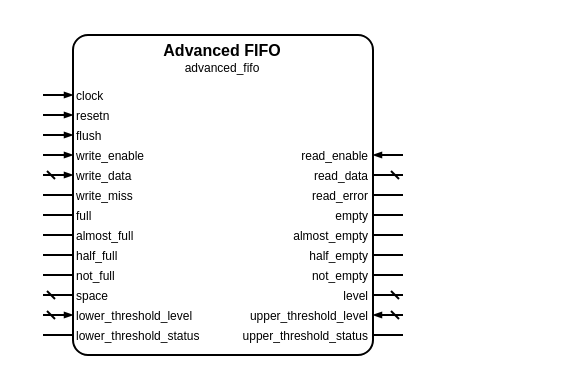
This is sources/data/access_enable/advanced_fifo/advanced_fifo.symbol.drawio from Louis-DR/OmniCores-BuildingBlocks, a draw.io file, before an edit. Source tidied: cells renumbered, new cells numbered last; positions are measured from the earlier drawing's top-left corner, leaving out a move shared by most shapes. Both pictures are drawn from the tidied source at 200%, with x=0, y=0 at pixel (42, 34).
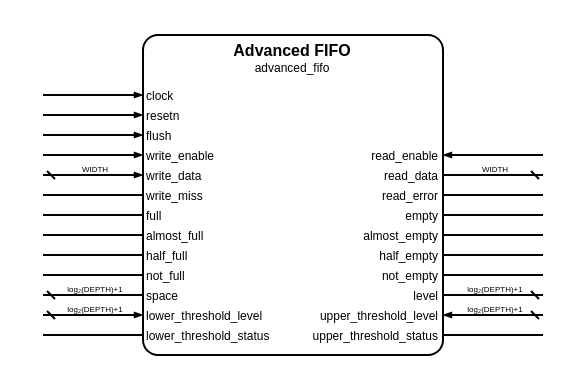
The same diagram, later.

The edit, as a diff of the source:
```diff
@@
     <mxCell id="2" style="group;" parent="1" vertex="1">
-      <mxGeometry width="180" height="160" as="geometry" />
+      <mxGeometry width="250" height="160" as="geometry" />
     </mxCell>
     <mxCell id="3" style="rounded=1;arcSize=5;fillColor=none;strokeWidth=1;strokeColor=black;whiteSpace=wrap;html=1;" parent="2" vertex="1">
-      <mxGeometry x="15" width="150" height="160" as="geometry" />
+      <mxGeometry x="50" width="150" height="160" as="geometry" />
     </mxCell>
     <mxCell id="4" value="Advanced FIFO" style="text;html=1;align=center;verticalAlign=middle;whiteSpace=wrap;rounded=0;fontSize=8;fontStyle=1;fontColor=black;" parent="2" vertex="1">
-      <mxGeometry x="15" y="7" width="150" as="geometry" />
+      <mxGeometry x="50" y="7" width="150" as="geometry" />
     </mxCell>
     <mxCell id="5" value="advanced_fifo" style="text;html=1;align=center;verticalAlign=middle;whiteSpace=wrap;rounded=0;fontSize=6;fontStyle=0;fontColor=black;" parent="2" vertex="1">
-      <mxGeometry x="15" y="16" width="150" as="geometry" />
+      <mxGeometry x="50" y="16" width="150" as="geometry" />
     </mxCell>
     <mxCell id="6" value="clock" style="text;html=1;align=left;verticalAlign=middle;whiteSpace=wrap;rounded=0;fontSize=6;fontStyle=0;fontColor=black;" parent="2" vertex="1">
-      <mxGeometry x="15" y="30" width="150" as="geometry" />
+      <mxGeometry x="50" y="30" width="150" as="geometry" />
     </mxCell>
     <mxCell id="7" style="html=1;rounded=1;strokeWidth=1;strokeColor=black;startFill=0;startSize=2;startArrow=none;endFill=1;endSize=2;endArrow=blockThin;sourcePerimeterSpacing=0;" parent="2" edge="1">
       <mxGeometry relative="1" as="geometry">
         <mxPoint y="30" as="sourcePoint" />
-        <mxPoint x="15" y="30" as="targetPoint" />
+        <mxPoint x="50" y="30" as="targetPoint" />
       </mxGeometry>
     </mxCell>
     <mxCell id="8" value="resetn" style="text;html=1;align=left;verticalAlign=middle;whiteSpace=wrap;rounded=0;fontSize=6;fontStyle=0;fontColor=black;" parent="2" vertex="1">
-      <mxGeometry x="15" y="40" width="150" as="geometry" />
+      <mxGeometry x="50" y="40" width="150" as="geometry" />
     </mxCell>
     <mxCell id="9" style="html=1;rounded=1;strokeWidth=1;strokeColor=black;startFill=0;startSize=2;startArrow=none;endFill=1;endSize=2;endArrow=blockThin;sourcePerimeterSpacing=0;" parent="2" edge="1">
       <mxGeometry relative="1" as="geometry">
         <mxPoint y="40" as="sourcePoint" />
-        <mxPoint x="15" y="40" as="targetPoint" />
+        <mxPoint x="50" y="40" as="targetPoint" />
       </mxGeometry>
     </mxCell>
     <mxCell id="10" value="flush" style="text;html=1;align=left;verticalAlign=middle;whiteSpace=wrap;rounded=0;fontSize=6;fontStyle=0;fontColor=black;" parent="2" vertex="1">
-      <mxGeometry x="15" y="50" width="150" as="geometry" />
+      <mxGeometry x="50" y="50" width="150" as="geometry" />
     </mxCell>
     <mxCell id="11" style="html=1;rounded=1;strokeWidth=1;strokeColor=black;startFill=0;startSize=2;startArrow=none;endFill=1;endSize=2;endArrow=blockThin;sourcePerimeterSpacing=0;" parent="2" edge="1">
       <mxGeometry relative="1" as="geometry">
         <mxPoint y="50" as="sourcePoint" />
-        <mxPoint x="15" y="50" as="targetPoint" />
+        <mxPoint x="50" y="50" as="targetPoint" />
       </mxGeometry>
     </mxCell>
     <mxCell id="12" value="write_enable" style="text;html=1;align=left;verticalAlign=middle;whiteSpace=wrap;rounded=0;fontSize=6;fontStyle=0;fontColor=black;" parent="2" vertex="1">
-      <mxGeometry x="15" y="60" width="150" as="geometry" />
+      <mxGeometry x="50" y="60" width="150" as="geometry" />
     </mxCell>
     <mxCell id="13" style="html=1;rounded=1;strokeWidth=1;strokeColor=black;startFill=0;startSize=2;startArrow=none;endFill=1;endSize=2;endArrow=blockThin;sourcePerimeterSpacing=0;" parent="2" edge="1">
       <mxGeometry relative="1" as="geometry">
         <mxPoint y="60" as="sourcePoint" />
-        <mxPoint x="15" y="60" as="targetPoint" />
+        <mxPoint x="50" y="60" as="targetPoint" />
       </mxGeometry>
     </mxCell>
     <mxCell id="14" value="read_enable" style="text;html=1;align=right;verticalAlign=middle;whiteSpace=wrap;rounded=0;fontSize=6;fontStyle=0;fontColor=black;" parent="2" vertex="1">
-      <mxGeometry x="15" y="60" width="150" as="geometry" />
+      <mxGeometry x="50" y="60" width="150" as="geometry" />
     </mxCell>
     <mxCell id="15" style="html=1;rounded=1;strokeWidth=1;strokeColor=black;startFill=0;startSize=2;startArrow=none;endFill=1;endSize=2;endArrow=blockThin;sourcePerimeterSpacing=0;" parent="2" edge="1">
       <mxGeometry relative="1" as="geometry">
-        <mxPoint x="180" y="60" as="sourcePoint" />
-        <mxPoint x="165" y="60" as="targetPoint" />
+        <mxPoint x="250" y="60" as="sourcePoint" />
+        <mxPoint x="200" y="60" as="targetPoint" />
       </mxGeometry>
     </mxCell>
     <mxCell id="16" value="write_data" style="text;html=1;align=left;verticalAlign=middle;whiteSpace=wrap;rounded=0;fontSize=6;fontStyle=0;fontColor=black;" parent="2" vertex="1">
-      <mxGeometry x="15" y="70" width="150" as="geometry" />
+      <mxGeometry x="50" y="70" width="150" as="geometry" />
     </mxCell>
     <mxCell id="17" style="html=1;rounded=1;strokeWidth=1;strokeColor=black;startFill=0;startSize=2;startArrow=dash;endFill=1;endSize=2;endArrow=blockThin;sourcePerimeterSpacing=0;" parent="2" edge="1">
       <mxGeometry relative="1" as="geometry">
         <mxPoint y="70" as="sourcePoint" />
-        <mxPoint x="15" y="70" as="targetPoint" />
+        <mxPoint x="50" y="70" as="targetPoint" />
       </mxGeometry>
     </mxCell>
+    <mxCell id="52" value="WIDTH" style="text;html=1;align=center;verticalAlign=middle;whiteSpace=nowrap;rounded=0;fontSize=4;fontStyle=0;fontColor=black;" parent="2" vertex="1">
+      <mxGeometry x="25" y="67" as="geometry" />
+    </mxCell>
     <mxCell id="18" value="read_data" style="text;html=1;align=right;verticalAlign=middle;whiteSpace=wrap;rounded=0;fontSize=6;fontStyle=0;fontColor=black;" parent="2" vertex="1">
-      <mxGeometry x="15" y="70" width="150" as="geometry" />
+      <mxGeometry x="50" y="70" width="150" as="geometry" />
     </mxCell>
     <mxCell id="19" style="html=1;rounded=1;strokeWidth=1;strokeColor=black;startFill=0;startSize=2;startArrow=dash;endFill=1;endSize=2;endArrow=none;sourcePerimeterSpacing=0;" parent="2" edge="1">
       <mxGeometry relative="1" as="geometry">
-        <mxPoint x="180" y="70" as="sourcePoint" />
-        <mxPoint x="165" y="70" as="targetPoint" />
+        <mxPoint x="250" y="70" as="sourcePoint" />
+        <mxPoint x="200" y="70" as="targetPoint" />
       </mxGeometry>
     </mxCell>
+    <mxCell id="53" value="WIDTH" style="text;html=1;align=center;verticalAlign=middle;whiteSpace=nowrap;rounded=0;fontSize=4;fontStyle=0;fontColor=black;" parent="2" vertex="1">
+      <mxGeometry x="225" y="67" as="geometry" />
+    </mxCell>
     <mxCell id="20" value="write_miss" style="text;html=1;align=left;verticalAlign=middle;whiteSpace=wrap;rounded=0;fontSize=6;fontStyle=0;fontColor=black;" parent="2" vertex="1">
-      <mxGeometry x="15" y="80" width="150" as="geometry" />
+      <mxGeometry x="50" y="80" width="150" as="geometry" />
     </mxCell>
     <mxCell id="21" style="html=1;rounded=1;strokeWidth=1;strokeColor=black;startFill=0;startSize=2;startArrow=none;endFill=1;endSize=2;endArrow=none;sourcePerimeterSpacing=0;" parent="2" edge="1">
       <mxGeometry relative="1" as="geometry">
         <mxPoint y="80" as="sourcePoint" />
-        <mxPoint x="15" y="80" as="targetPoint" />
+        <mxPoint x="50" y="80" as="targetPoint" />
       </mxGeometry>
     </mxCell>
     <mxCell id="22" value="read_error" style="text;html=1;align=right;verticalAlign=middle;whiteSpace=wrap;rounded=0;fontSize=6;fontStyle=0;fontColor=black;" parent="2" vertex="1">
-      <mxGeometry x="15" y="80" width="150" as="geometry" />
+      <mxGeometry x="50" y="80" width="150" as="geometry" />
     </mxCell>
     <mxCell id="23" style="html=1;rounded=1;strokeWidth=1;strokeColor=black;startFill=0;startSize=2;startArrow=none;endFill=1;endSize=2;endArrow=none;sourcePerimeterSpacing=0;" parent="2" edge="1">
       <mxGeometry relative="1" as="geometry">
-        <mxPoint x="180" y="80" as="sourcePoint" />
-        <mxPoint x="165" y="80" as="targetPoint" />
+        <mxPoint x="250" y="80" as="sourcePoint" />
+        <mxPoint x="200" y="80" as="targetPoint" />
       </mxGeometry>
     </mxCell>
     <mxCell id="24" value="full" style="text;html=1;align=left;verticalAlign=middle;whiteSpace=wrap;rounded=0;fontSize=6;fontStyle=0;fontColor=black;" parent="2" vertex="1">
-      <mxGeometry x="15" y="90" width="150" as="geometry" />
+      <mxGeometry x="50" y="90" width="150" as="geometry" />
     </mxCell>
     <mxCell id="25" style="html=1;rounded=1;strokeWidth=1;strokeColor=black;startFill=0;startSize=2;startArrow=none;endFill=1;endSize=2;endArrow=none;sourcePerimeterSpacing=0;" parent="2" edge="1">
       <mxGeometry relative="1" as="geometry">
         <mxPoint y="90" as="sourcePoint" />
-        <mxPoint x="15" y="90" as="targetPoint" />
+        <mxPoint x="50" y="90" as="targetPoint" />
       </mxGeometry>
     </mxCell>
     <mxCell id="26" value="empty" style="text;html=1;align=right;verticalAlign=middle;whiteSpace=wrap;rounded=0;fontSize=6;fontStyle=0;fontColor=black;" parent="2" vertex="1">
-      <mxGeometry x="15" y="90" width="150" as="geometry" />
+      <mxGeometry x="50" y="90" width="150" as="geometry" />
     </mxCell>
     <mxCell id="27" style="html=1;rounded=1;strokeWidth=1;strokeColor=black;startFill=0;startSize=2;startArrow=none;endFill=1;endSize=2;endArrow=none;sourcePerimeterSpacing=0;" parent="2" edge="1">
       <mxGeometry relative="1" as="geometry">
-        <mxPoint x="180" y="90" as="sourcePoint" />
-        <mxPoint x="165" y="90" as="targetPoint" />
+        <mxPoint x="250" y="90" as="sourcePoint" />
+        <mxPoint x="200" y="90" as="targetPoint" />
       </mxGeometry>
     </mxCell>
     <mxCell id="28" value="almost_full" style="text;html=1;align=left;verticalAlign=middle;whiteSpace=wrap;rounded=0;fontSize=6;fontStyle=0;fontColor=black;" parent="2" vertex="1">
-      <mxGeometry x="15" y="100" width="150" as="geometry" />
+      <mxGeometry x="50" y="100" width="150" as="geometry" />
     </mxCell>
     <mxCell id="29" style="html=1;rounded=1;strokeWidth=1;strokeColor=black;startFill=0;startSize=2;startArrow=none;endFill=1;endSize=2;endArrow=none;sourcePerimeterSpacing=0;" parent="2" edge="1">
       <mxGeometry relative="1" as="geometry">
         <mxPoint y="100" as="sourcePoint" />
-        <mxPoint x="15" y="100" as="targetPoint" />
+        <mxPoint x="50" y="100" as="targetPoint" />
       </mxGeometry>
     </mxCell>
     <mxCell id="30" value="almost_empty" style="text;html=1;align=right;verticalAlign=middle;whiteSpace=wrap;rounded=0;fontSize=6;fontStyle=0;fontColor=black;" parent="2" vertex="1">
-      <mxGeometry x="15" y="100" width="150" as="geometry" />
+      <mxGeometry x="50" y="100" width="150" as="geometry" />
     </mxCell>
     <mxCell id="31" style="html=1;rounded=1;strokeWidth=1;strokeColor=black;startFill=0;startSize=2;startArrow=none;endFill=1;endSize=2;endArrow=none;sourcePerimeterSpacing=0;" parent="2" edge="1">
       <mxGeometry relative="1" as="geometry">
-        <mxPoint x="180" y="100" as="sourcePoint" />
-        <mxPoint x="165" y="100" as="targetPoint" />
+        <mxPoint x="250" y="100" as="sourcePoint" />
+        <mxPoint x="200" y="100" as="targetPoint" />
       </mxGeometry>
     </mxCell>
     <mxCell id="32" value="half_full" style="text;html=1;align=left;verticalAlign=middle;whiteSpace=wrap;rounded=0;fontSize=6;fontStyle=0;fontColor=black;" parent="2" vertex="1">
-      <mxGeometry x="15" y="110" width="150" as="geometry" />
+      <mxGeometry x="50" y="110" width="150" as="geometry" />
     </mxCell>
     <mxCell id="33" style="html=1;rounded=1;strokeWidth=1;strokeColor=black;startFill=0;startSize=2;startArrow=none;endFill=1;endSize=2;endArrow=none;sourcePerimeterSpacing=0;" parent="2" edge="1">
       <mxGeometry relative="1" as="geometry">
         <mxPoint y="110" as="sourcePoint" />
-        <mxPoint x="15" y="110" as="targetPoint" />
+        <mxPoint x="50" y="110" as="targetPoint" />
       </mxGeometry>
     </mxCell>
     <mxCell id="34" value="half_empty" style="text;html=1;align=right;verticalAlign=middle;whiteSpace=wrap;rounded=0;fontSize=6;fontStyle=0;fontColor=black;" parent="2" vertex="1">
-      <mxGeometry x="15" y="110" width="150" as="geometry" />
+      <mxGeometry x="50" y="110" width="150" as="geometry" />
     </mxCell>
     <mxCell id="35" style="html=1;rounded=1;strokeWidth=1;strokeColor=black;startFill=0;startSize=2;startArrow=none;endFill=1;endSize=2;endArrow=none;sourcePerimeterSpacing=0;" parent="2" edge="1">
       <mxGeometry relative="1" as="geometry">
-        <mxPoint x="180" y="110" as="sourcePoint" />
-        <mxPoint x="165" y="110" as="targetPoint" />
+        <mxPoint x="250" y="110" as="sourcePoint" />
+        <mxPoint x="200" y="110" as="targetPoint" />
       </mxGeometry>
     </mxCell>
     <mxCell id="36" value="not_full" style="text;html=1;align=left;verticalAlign=middle;whiteSpace=wrap;rounded=0;fontSize=6;fontStyle=0;fontColor=black;" parent="2" vertex="1">
-      <mxGeometry x="15" y="120" width="150" as="geometry" />
+      <mxGeometry x="50" y="120" width="150" as="geometry" />
     </mxCell>
     <mxCell id="37" style="html=1;rounded=1;strokeWidth=1;strokeColor=black;startFill=0;startSize=2;startArrow=none;endFill=1;endSize=2;endArrow=none;sourcePerimeterSpacing=0;" parent="2" edge="1">
       <mxGeometry relative="1" as="geometry">
         <mxPoint y="120" as="sourcePoint" />
-        <mxPoint x="15" y="120" as="targetPoint" />
+        <mxPoint x="50" y="120" as="targetPoint" />
       </mxGeometry>
     </mxCell>
     <mxCell id="38" value="not_empty" style="text;html=1;align=right;verticalAlign=middle;whiteSpace=wrap;rounded=0;fontSize=6;fontStyle=0;fontColor=black;" parent="2" vertex="1">
-      <mxGeometry x="15" y="120" width="150" as="geometry" />
+      <mxGeometry x="50" y="120" width="150" as="geometry" />
     </mxCell>
     <mxCell id="39" style="html=1;rounded=1;strokeWidth=1;strokeColor=black;startFill=0;startSize=2;startArrow=none;endFill=1;endSize=2;endArrow=none;sourcePerimeterSpacing=0;" parent="2" edge="1">
       <mxGeometry relative="1" as="geometry">
-        <mxPoint x="180" y="120" as="sourcePoint" />
-        <mxPoint x="165" y="120" as="targetPoint" />
+        <mxPoint x="250" y="120" as="sourcePoint" />
+        <mxPoint x="200" y="120" as="targetPoint" />
       </mxGeometry>
     </mxCell>
     <mxCell id="40" value="space" style="text;html=1;align=left;verticalAlign=middle;whiteSpace=wrap;rounded=0;fontSize=6;fontStyle=0;fontColor=black;" parent="2" vertex="1">
-      <mxGeometry x="15" y="130" width="150" as="geometry" />
+      <mxGeometry x="50" y="130" width="150" as="geometry" />
     </mxCell>
     <mxCell id="41" style="html=1;rounded=1;strokeWidth=1;strokeColor=black;startFill=0;startSize=2;startArrow=dash;endFill=1;endSize=2;endArrow=none;sourcePerimeterSpacing=0;" parent="2" edge="1">
       <mxGeometry relative="1" as="geometry">
         <mxPoint y="130" as="sourcePoint" />
-        <mxPoint x="15" y="130" as="targetPoint" />
+        <mxPoint x="50" y="130" as="targetPoint" />
       </mxGeometry>
     </mxCell>
+    <mxCell id="54" value="log₂(DEPTH)+1" style="text;html=1;align=center;verticalAlign=middle;whiteSpace=nowrap;rounded=0;fontSize=4;fontStyle=0;fontColor=black;" parent="2" vertex="1">
+      <mxGeometry x="25" y="127" as="geometry" />
+    </mxCell>
     <mxCell id="42" value="level" style="text;html=1;align=right;verticalAlign=middle;whiteSpace=wrap;rounded=0;fontSize=6;fontStyle=0;fontColor=black;" parent="2" vertex="1">
-      <mxGeometry x="15" y="130" width="150" as="geometry" />
+      <mxGeometry x="50" y="130" width="150" as="geometry" />
     </mxCell>
     <mxCell id="43" style="html=1;rounded=1;strokeWidth=1;strokeColor=black;startFill=0;startSize=2;startArrow=dash;endFill=1;endSize=2;endArrow=none;sourcePerimeterSpacing=0;" parent="2" edge="1">
       <mxGeometry relative="1" as="geometry">
-        <mxPoint x="180" y="130" as="sourcePoint" />
-        <mxPoint x="165" y="130" as="targetPoint" />
+        <mxPoint x="250" y="130" as="sourcePoint" />
+        <mxPoint x="200" y="130" as="targetPoint" />
       </mxGeometry>
     </mxCell>
+    <mxCell id="55" value="log₂(DEPTH)+1" style="text;html=1;align=center;verticalAlign=middle;whiteSpace=nowrap;rounded=0;fontSize=4;fontStyle=0;fontColor=black;" parent="2" vertex="1">
+      <mxGeometry x="225" y="127" as="geometry" />
+    </mxCell>
     <mxCell id="44" value="lower_threshold_level" style="text;html=1;align=left;verticalAlign=middle;whiteSpace=wrap;rounded=0;fontSize=6;fontStyle=0;fontColor=black;" parent="2" vertex="1">
-      <mxGeometry x="15" y="140" width="150" as="geometry" />
+      <mxGeometry x="50" y="140" width="150" as="geometry" />
     </mxCell>
     <mxCell id="45" style="html=1;rounded=1;strokeWidth=1;strokeColor=black;startFill=0;startSize=2;startArrow=dash;endFill=1;endSize=2;endArrow=blockThin;sourcePerimeterSpacing=0;" parent="2" edge="1">
       <mxGeometry relative="1" as="geometry">
         <mxPoint y="140" as="sourcePoint" />
-        <mxPoint x="15" y="140" as="targetPoint" />
+        <mxPoint x="50" y="140" as="targetPoint" />
       </mxGeometry>
     </mxCell>
+    <mxCell id="56" value="log₂(DEPTH)+1" style="text;html=1;align=center;verticalAlign=middle;whiteSpace=nowrap;rounded=0;fontSize=4;fontStyle=0;fontColor=black;" parent="2" vertex="1">
+      <mxGeometry x="25" y="137" as="geometry" />
+    </mxCell>
     <mxCell id="46" value="upper_threshold_level" style="text;html=1;align=right;verticalAlign=middle;whiteSpace=wrap;rounded=0;fontSize=6;fontStyle=0;fontColor=black;" parent="2" vertex="1">
-      <mxGeometry x="15" y="140" width="150" as="geometry" />
+      <mxGeometry x="50" y="140" width="150" as="geometry" />
     </mxCell>
     <mxCell id="47" style="html=1;rounded=1;strokeWidth=1;strokeColor=black;startFill=0;startSize=2;startArrow=dash;endFill=1;endSize=2;endArrow=blockThin;sourcePerimeterSpacing=0;" parent="2" edge="1">
       <mxGeometry relative="1" as="geometry">
-        <mxPoint x="180" y="140" as="sourcePoint" />
-        <mxPoint x="165" y="140" as="targetPoint" />
+        <mxPoint x="250" y="140" as="sourcePoint" />
+        <mxPoint x="200" y="140" as="targetPoint" />
       </mxGeometry>
     </mxCell>
+    <mxCell id="57" value="log₂(DEPTH)+1" style="text;html=1;align=center;verticalAlign=middle;whiteSpace=nowrap;rounded=0;fontSize=4;fontStyle=0;fontColor=black;" parent="2" vertex="1">
+      <mxGeometry x="225" y="137" as="geometry" />
+    </mxCell>
     <mxCell id="48" value="lower_threshold_status" style="text;html=1;align=left;verticalAlign=middle;whiteSpace=wrap;rounded=0;fontSize=6;fontStyle=0;fontColor=black;" parent="2" vertex="1">
-      <mxGeometry x="15" y="150" width="150" as="geometry" />
+      <mxGeometry x="50" y="150" width="150" as="geometry" />
     </mxCell>
     <mxCell id="49" style="html=1;rounded=1;strokeWidth=1;strokeColor=black;startFill=0;startSize=2;startArrow=none;endFill=1;endSize=2;endArrow=none;sourcePerimeterSpacing=0;" parent="2" edge="1">
       <mxGeometry relative="1" as="geometry">
         <mxPoint y="150" as="sourcePoint" />
-        <mxPoint x="15" y="150" as="targetPoint" />
+        <mxPoint x="50" y="150" as="targetPoint" />
       </mxGeometry>
     </mxCell>
     <mxCell id="50" value="upper_threshold_status" style="text;html=1;align=right;verticalAlign=middle;whiteSpace=wrap;rounded=0;fontSize=6;fontStyle=0;fontColor=black;" parent="2" vertex="1">
-      <mxGeometry x="15" y="150" width="150" as="geometry" />
+      <mxGeometry x="50" y="150" width="150" as="geometry" />
     </mxCell>
     <mxCell id="51" style="html=1;rounded=1;strokeWidth=1;strokeColor=black;startFill=0;startSize=2;startArrow=none;endFill=1;endSize=2;endArrow=none;sourcePerimeterSpacing=0;" parent="2" edge="1">
       <mxGeometry relative="1" as="geometry">
-        <mxPoint x="180" y="150" as="sourcePoint" />
-        <mxPoint x="165" y="150" as="targetPoint" />
+        <mxPoint x="250" y="150" as="sourcePoint" />
+        <mxPoint x="200" y="150" as="targetPoint" />
       </mxGeometry>
     </mxCell>
```
